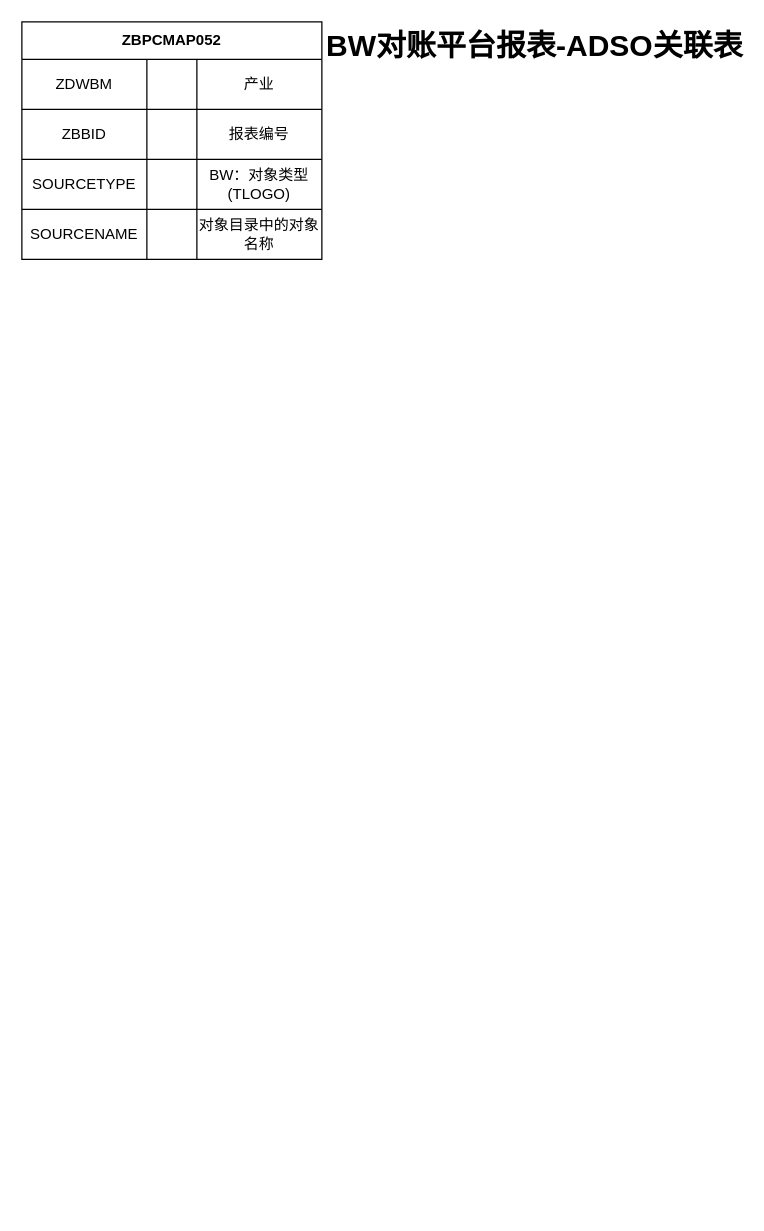
The draw.io diagram zbpc049.drawio in jax-pzh/abap_test, before the edit. Source tidied: cells renumbered, new cells numbered last; positions are measured from the earlier drawing's top-left corner, leaving out a move shared by most shapes. Both pictures are drawn from the tidied source at 125%, with x=0, y=0 at pixel (21, 21).
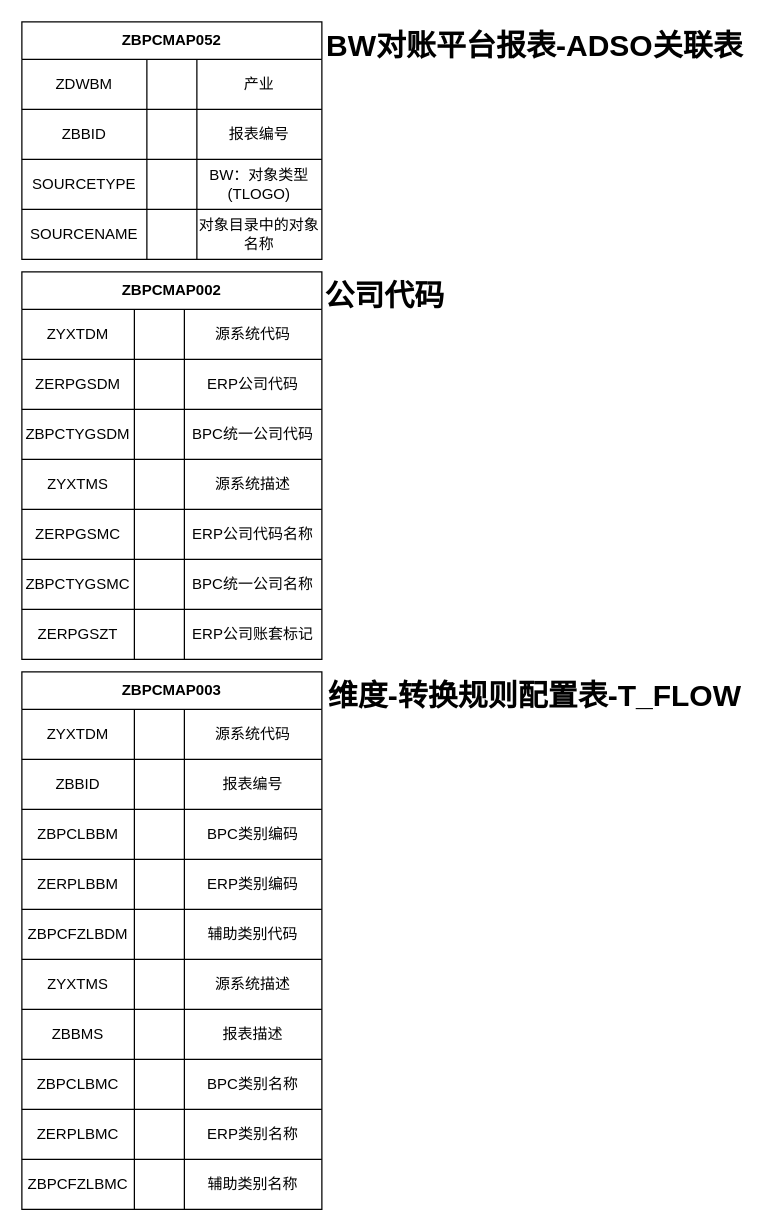
The same diagram, later.

Change to the diagram source:
```diff
@@
+    <mxCell id="20" value="ZBPCMAP002" style="shape=table;html=1;whiteSpace=wrap;startSize=30;childLayout=tableLayout;fontStyle=1;align=center;" parent="1" vertex="1">
+      <mxGeometry y="200" width="240" height="310" as="geometry" />
+    </mxCell>
+    <mxCell id="21" style="shape=partialRectangle;html=1;whiteSpace=wrap;fillColor=none;top=0;left=0;bottom=0;right=0;" parent="20" vertex="1">
+      <mxGeometry y="30" width="240" height="40" as="geometry" />
+    </mxCell>
+    <mxCell id="22" value="ZYXTDM" style="shape=partialRectangle;html=1;whiteSpace=wrap;fillColor=none;top=0;left=0;bottom=0;right=0;overflow=hidden;" parent="21" vertex="1">
+      <mxGeometry width="90" height="40" as="geometry" />
+    </mxCell>
+    <mxCell id="23" style="shape=partialRectangle;html=1;whiteSpace=wrap;fillColor=none;top=0;left=0;bottom=0;right=0;overflow=hidden;" parent="21" vertex="1">
+      <mxGeometry x="90" width="40" height="40" as="geometry" />
+    </mxCell>
+    <mxCell id="24" value="源系统代码" style="shape=partialRectangle;html=1;whiteSpace=wrap;fillColor=none;top=0;left=0;bottom=0;right=0;overflow=hidden;" parent="21" vertex="1">
+      <mxGeometry x="130" width="110" height="40" as="geometry" />
+    </mxCell>
+    <mxCell id="25" style="shape=partialRectangle;html=1;whiteSpace=wrap;fillColor=none;top=0;left=0;bottom=0;right=0;" parent="20" vertex="1">
+      <mxGeometry y="70" width="240" height="40" as="geometry" />
+    </mxCell>
+    <mxCell id="26" value="ZERPGSDM" style="shape=partialRectangle;html=1;whiteSpace=wrap;fillColor=none;top=0;left=0;bottom=0;right=0;overflow=hidden;" parent="25" vertex="1">
+      <mxGeometry width="90" height="40" as="geometry" />
+    </mxCell>
+    <mxCell id="27" style="shape=partialRectangle;html=1;whiteSpace=wrap;fillColor=none;top=0;left=0;bottom=0;right=0;overflow=hidden;" parent="25" vertex="1">
+      <mxGeometry x="90" width="40" height="40" as="geometry" />
+    </mxCell>
+    <mxCell id="28" value="ERP公司代码" style="shape=partialRectangle;html=1;whiteSpace=wrap;fillColor=none;top=0;left=0;bottom=0;right=0;overflow=hidden;" parent="25" vertex="1">
+      <mxGeometry x="130" width="110" height="40" as="geometry" />
+    </mxCell>
+    <mxCell id="29" style="shape=partialRectangle;html=1;whiteSpace=wrap;fillColor=none;top=0;left=0;bottom=0;right=0;" parent="20" vertex="1">
+      <mxGeometry y="110" width="240" height="40" as="geometry" />
+    </mxCell>
+    <mxCell id="30" value="ZBPCTYGSDM" style="shape=partialRectangle;html=1;whiteSpace=wrap;fillColor=none;top=0;left=0;bottom=0;right=0;overflow=hidden;" parent="29" vertex="1">
+      <mxGeometry width="90" height="40" as="geometry" />
+    </mxCell>
+    <mxCell id="31" style="shape=partialRectangle;html=1;whiteSpace=wrap;fillColor=none;top=0;left=0;bottom=0;right=0;overflow=hidden;" parent="29" vertex="1">
+      <mxGeometry x="90" width="40" height="40" as="geometry" />
+    </mxCell>
+    <mxCell id="32" value="BPC统一公司代码" style="shape=partialRectangle;html=1;whiteSpace=wrap;fillColor=none;top=0;left=0;bottom=0;right=0;overflow=hidden;" parent="29" vertex="1">
+      <mxGeometry x="130" width="110" height="40" as="geometry" />
+    </mxCell>
+    <mxCell id="33" style="shape=partialRectangle;html=1;whiteSpace=wrap;fillColor=none;top=0;left=0;bottom=0;right=0;" parent="20" vertex="1">
+      <mxGeometry y="150" width="240" height="40" as="geometry" />
+    </mxCell>
+    <mxCell id="34" value="ZYXTMS" style="shape=partialRectangle;html=1;whiteSpace=wrap;fillColor=none;top=0;left=0;bottom=0;right=0;overflow=hidden;" parent="33" vertex="1">
+      <mxGeometry width="90" height="40" as="geometry" />
+    </mxCell>
+    <mxCell id="35" style="shape=partialRectangle;html=1;whiteSpace=wrap;fillColor=none;top=0;left=0;bottom=0;right=0;overflow=hidden;" parent="33" vertex="1">
+      <mxGeometry x="90" width="40" height="40" as="geometry" />
+    </mxCell>
+    <mxCell id="36" value="源系统描述" style="shape=partialRectangle;html=1;whiteSpace=wrap;fillColor=none;top=0;left=0;bottom=0;right=0;overflow=hidden;" parent="33" vertex="1">
+      <mxGeometry x="130" width="110" height="40" as="geometry" />
+    </mxCell>
+    <mxCell id="37" style="shape=partialRectangle;html=1;whiteSpace=wrap;fillColor=none;top=0;left=0;bottom=0;right=0;" parent="20" vertex="1">
+      <mxGeometry y="190" width="240" height="40" as="geometry" />
+    </mxCell>
+    <mxCell id="38" value="ZERPGSMC" style="shape=partialRectangle;html=1;whiteSpace=wrap;fillColor=none;top=0;left=0;bottom=0;right=0;overflow=hidden;" parent="37" vertex="1">
+      <mxGeometry width="90" height="40" as="geometry" />
+    </mxCell>
+    <mxCell id="39" style="shape=partialRectangle;html=1;whiteSpace=wrap;fillColor=none;top=0;left=0;bottom=0;right=0;overflow=hidden;" parent="37" vertex="1">
+      <mxGeometry x="90" width="40" height="40" as="geometry" />
+    </mxCell>
+    <mxCell id="40" value="ERP公司代码名称" style="shape=partialRectangle;html=1;whiteSpace=wrap;fillColor=none;top=0;left=0;bottom=0;right=0;overflow=hidden;" parent="37" vertex="1">
+      <mxGeometry x="130" width="110" height="40" as="geometry" />
+    </mxCell>
+    <mxCell id="41" style="shape=partialRectangle;html=1;whiteSpace=wrap;fillColor=none;top=0;left=0;bottom=0;right=0;" parent="20" vertex="1">
+      <mxGeometry y="230" width="240" height="40" as="geometry" />
+    </mxCell>
+    <mxCell id="42" value="ZBPCTYGSMC" style="shape=partialRectangle;html=1;whiteSpace=wrap;fillColor=none;top=0;left=0;bottom=0;right=0;overflow=hidden;" parent="41" vertex="1">
+      <mxGeometry width="90" height="40" as="geometry" />
+    </mxCell>
+    <mxCell id="43" style="shape=partialRectangle;html=1;whiteSpace=wrap;fillColor=none;top=0;left=0;bottom=0;right=0;overflow=hidden;" parent="41" vertex="1">
+      <mxGeometry x="90" width="40" height="40" as="geometry" />
+    </mxCell>
+    <mxCell id="44" value="BPC统一公司名称" style="shape=partialRectangle;html=1;whiteSpace=wrap;fillColor=none;top=0;left=0;bottom=0;right=0;overflow=hidden;" parent="41" vertex="1">
+      <mxGeometry x="130" width="110" height="40" as="geometry" />
+    </mxCell>
+    <mxCell id="45" style="shape=partialRectangle;html=1;whiteSpace=wrap;fillColor=none;top=0;left=0;bottom=0;right=0;" parent="20" vertex="1">
+      <mxGeometry y="270" width="240" height="40" as="geometry" />
+    </mxCell>
+    <mxCell id="46" value="ZERPGSZT" style="shape=partialRectangle;html=1;whiteSpace=wrap;fillColor=none;top=0;left=0;bottom=0;right=0;overflow=hidden;" parent="45" vertex="1">
+      <mxGeometry width="90" height="40" as="geometry" />
+    </mxCell>
+    <mxCell id="47" style="shape=partialRectangle;html=1;whiteSpace=wrap;fillColor=none;top=0;left=0;bottom=0;right=0;overflow=hidden;" parent="45" vertex="1">
+      <mxGeometry x="90" width="40" height="40" as="geometry" />
+    </mxCell>
+    <mxCell id="48" value="ERP公司账套标记" style="shape=partialRectangle;html=1;whiteSpace=wrap;fillColor=none;top=0;left=0;bottom=0;right=0;overflow=hidden;" parent="45" vertex="1">
+      <mxGeometry x="130" width="110" height="40" as="geometry" />
+    </mxCell>
+    <mxCell id="49" value="公司代码" style="text;strokeColor=none;fillColor=none;html=1;fontSize=24;fontStyle=1;verticalAlign=middle;align=center;" parent="1" vertex="1">
+      <mxGeometry x="240" y="200" width="100" height="40" as="geometry" />
+    </mxCell>
+    <mxCell id="50" value="ZBPCMAP003" style="shape=table;html=1;whiteSpace=wrap;startSize=30;childLayout=tableLayout;fontStyle=1;align=center;" parent="1" vertex="1">
+      <mxGeometry y="520" width="240" height="430" as="geometry" />
+    </mxCell>
+    <mxCell id="51" style="shape=partialRectangle;html=1;whiteSpace=wrap;fillColor=none;top=0;left=0;bottom=0;right=0;" parent="50" vertex="1">
+      <mxGeometry y="30" width="240" height="40" as="geometry" />
+    </mxCell>
+    <mxCell id="52" value="ZYXTDM" style="shape=partialRectangle;html=1;whiteSpace=wrap;fillColor=none;top=0;left=0;bottom=0;right=0;overflow=hidden;" parent="51" vertex="1">
+      <mxGeometry width="90" height="40" as="geometry" />
+    </mxCell>
+    <mxCell id="53" style="shape=partialRectangle;html=1;whiteSpace=wrap;fillColor=none;top=0;left=0;bottom=0;right=0;overflow=hidden;" parent="51" vertex="1">
+      <mxGeometry x="90" width="40" height="40" as="geometry" />
+    </mxCell>
+    <mxCell id="54" value="源系统代码" style="shape=partialRectangle;html=1;whiteSpace=wrap;fillColor=none;top=0;left=0;bottom=0;right=0;overflow=hidden;" parent="51" vertex="1">
+      <mxGeometry x="130" width="110" height="40" as="geometry" />
+    </mxCell>
+    <mxCell id="55" style="shape=partialRectangle;html=1;whiteSpace=wrap;fillColor=none;top=0;left=0;bottom=0;right=0;" parent="50" vertex="1">
+      <mxGeometry y="70" width="240" height="40" as="geometry" />
+    </mxCell>
+    <mxCell id="56" value="ZBBID" style="shape=partialRectangle;html=1;whiteSpace=wrap;fillColor=none;top=0;left=0;bottom=0;right=0;overflow=hidden;" parent="55" vertex="1">
+      <mxGeometry width="90" height="40" as="geometry" />
+    </mxCell>
+    <mxCell id="57" style="shape=partialRectangle;html=1;whiteSpace=wrap;fillColor=none;top=0;left=0;bottom=0;right=0;overflow=hidden;" parent="55" vertex="1">
+      <mxGeometry x="90" width="40" height="40" as="geometry" />
+    </mxCell>
+    <mxCell id="58" value="报表编号" style="shape=partialRectangle;html=1;whiteSpace=wrap;fillColor=none;top=0;left=0;bottom=0;right=0;overflow=hidden;" parent="55" vertex="1">
+      <mxGeometry x="130" width="110" height="40" as="geometry" />
+    </mxCell>
+    <mxCell id="59" style="shape=partialRectangle;html=1;whiteSpace=wrap;fillColor=none;top=0;left=0;bottom=0;right=0;" parent="50" vertex="1">
+      <mxGeometry y="110" width="240" height="40" as="geometry" />
+    </mxCell>
+    <mxCell id="60" value="ZBPCLBBM" style="shape=partialRectangle;html=1;whiteSpace=wrap;fillColor=none;top=0;left=0;bottom=0;right=0;overflow=hidden;" parent="59" vertex="1">
+      <mxGeometry width="90" height="40" as="geometry" />
+    </mxCell>
+    <mxCell id="61" style="shape=partialRectangle;html=1;whiteSpace=wrap;fillColor=none;top=0;left=0;bottom=0;right=0;overflow=hidden;" parent="59" vertex="1">
+      <mxGeometry x="90" width="40" height="40" as="geometry" />
+    </mxCell>
+    <mxCell id="62" value="BPC类别编码" style="shape=partialRectangle;html=1;whiteSpace=wrap;fillColor=none;top=0;left=0;bottom=0;right=0;overflow=hidden;" parent="59" vertex="1">
+      <mxGeometry x="130" width="110" height="40" as="geometry" />
+    </mxCell>
+    <mxCell id="63" style="shape=partialRectangle;html=1;whiteSpace=wrap;fillColor=none;top=0;left=0;bottom=0;right=0;" parent="50" vertex="1">
+      <mxGeometry y="150" width="240" height="40" as="geometry" />
+    </mxCell>
+    <mxCell id="64" value="ZERPLBBM" style="shape=partialRectangle;html=1;whiteSpace=wrap;fillColor=none;top=0;left=0;bottom=0;right=0;overflow=hidden;" parent="63" vertex="1">
+      <mxGeometry width="90" height="40" as="geometry" />
+    </mxCell>
+    <mxCell id="65" style="shape=partialRectangle;html=1;whiteSpace=wrap;fillColor=none;top=0;left=0;bottom=0;right=0;overflow=hidden;" parent="63" vertex="1">
+      <mxGeometry x="90" width="40" height="40" as="geometry" />
+    </mxCell>
+    <mxCell id="66" value="ERP类别编码" style="shape=partialRectangle;html=1;whiteSpace=wrap;fillColor=none;top=0;left=0;bottom=0;right=0;overflow=hidden;" parent="63" vertex="1">
+      <mxGeometry x="130" width="110" height="40" as="geometry" />
+    </mxCell>
+    <mxCell id="67" style="shape=partialRectangle;html=1;whiteSpace=wrap;fillColor=none;top=0;left=0;bottom=0;right=0;" parent="50" vertex="1">
+      <mxGeometry y="190" width="240" height="40" as="geometry" />
+    </mxCell>
+    <mxCell id="68" value="ZBPCFZLBDM" style="shape=partialRectangle;html=1;whiteSpace=wrap;fillColor=none;top=0;left=0;bottom=0;right=0;overflow=hidden;" parent="67" vertex="1">
+      <mxGeometry width="90" height="40" as="geometry" />
+    </mxCell>
+    <mxCell id="69" style="shape=partialRectangle;html=1;whiteSpace=wrap;fillColor=none;top=0;left=0;bottom=0;right=0;overflow=hidden;" parent="67" vertex="1">
+      <mxGeometry x="90" width="40" height="40" as="geometry" />
+    </mxCell>
+    <mxCell id="70" value="辅助类别代码" style="shape=partialRectangle;html=1;whiteSpace=wrap;fillColor=none;top=0;left=0;bottom=0;right=0;overflow=hidden;" parent="67" vertex="1">
+      <mxGeometry x="130" width="110" height="40" as="geometry" />
+    </mxCell>
+    <mxCell id="71" style="shape=partialRectangle;html=1;whiteSpace=wrap;fillColor=none;top=0;left=0;bottom=0;right=0;" parent="50" vertex="1">
+      <mxGeometry y="230" width="240" height="40" as="geometry" />
+    </mxCell>
+    <mxCell id="72" value="ZYXTMS" style="shape=partialRectangle;html=1;whiteSpace=wrap;fillColor=none;top=0;left=0;bottom=0;right=0;overflow=hidden;" parent="71" vertex="1">
+      <mxGeometry width="90" height="40" as="geometry" />
+    </mxCell>
+    <mxCell id="73" style="shape=partialRectangle;html=1;whiteSpace=wrap;fillColor=none;top=0;left=0;bottom=0;right=0;overflow=hidden;" parent="71" vertex="1">
+      <mxGeometry x="90" width="40" height="40" as="geometry" />
+    </mxCell>
+    <mxCell id="74" value="源系统描述" style="shape=partialRectangle;html=1;whiteSpace=wrap;fillColor=none;top=0;left=0;bottom=0;right=0;overflow=hidden;" parent="71" vertex="1">
+      <mxGeometry x="130" width="110" height="40" as="geometry" />
+    </mxCell>
+    <mxCell id="75" style="shape=partialRectangle;html=1;whiteSpace=wrap;fillColor=none;top=0;left=0;bottom=0;right=0;" parent="50" vertex="1">
+      <mxGeometry y="270" width="240" height="40" as="geometry" />
+    </mxCell>
+    <mxCell id="76" value="ZBBMS" style="shape=partialRectangle;html=1;whiteSpace=wrap;fillColor=none;top=0;left=0;bottom=0;right=0;overflow=hidden;" parent="75" vertex="1">
+      <mxGeometry width="90" height="40" as="geometry" />
+    </mxCell>
+    <mxCell id="77" style="shape=partialRectangle;html=1;whiteSpace=wrap;fillColor=none;top=0;left=0;bottom=0;right=0;overflow=hidden;" parent="75" vertex="1">
+      <mxGeometry x="90" width="40" height="40" as="geometry" />
+    </mxCell>
+    <mxCell id="78" value="报表描述" style="shape=partialRectangle;html=1;whiteSpace=wrap;fillColor=none;top=0;left=0;bottom=0;right=0;overflow=hidden;" parent="75" vertex="1">
+      <mxGeometry x="130" width="110" height="40" as="geometry" />
+    </mxCell>
+    <mxCell id="79" style="shape=partialRectangle;html=1;whiteSpace=wrap;fillColor=none;top=0;left=0;bottom=0;right=0;" parent="50" vertex="1">
+      <mxGeometry y="310" width="240" height="40" as="geometry" />
+    </mxCell>
+    <mxCell id="80" value="ZBPCLBMC" style="shape=partialRectangle;html=1;whiteSpace=wrap;fillColor=none;top=0;left=0;bottom=0;right=0;overflow=hidden;" parent="79" vertex="1">
+      <mxGeometry width="90" height="40" as="geometry" />
+    </mxCell>
+    <mxCell id="81" style="shape=partialRectangle;html=1;whiteSpace=wrap;fillColor=none;top=0;left=0;bottom=0;right=0;overflow=hidden;" parent="79" vertex="1">
+      <mxGeometry x="90" width="40" height="40" as="geometry" />
+    </mxCell>
+    <mxCell id="82" value="BPC类别名称" style="shape=partialRectangle;html=1;whiteSpace=wrap;fillColor=none;top=0;left=0;bottom=0;right=0;overflow=hidden;" parent="79" vertex="1">
+      <mxGeometry x="130" width="110" height="40" as="geometry" />
+    </mxCell>
+    <mxCell id="83" style="shape=partialRectangle;html=1;whiteSpace=wrap;fillColor=none;top=0;left=0;bottom=0;right=0;" parent="50" vertex="1">
+      <mxGeometry y="350" width="240" height="40" as="geometry" />
+    </mxCell>
+    <mxCell id="84" value="ZERPLBMC" style="shape=partialRectangle;html=1;whiteSpace=wrap;fillColor=none;top=0;left=0;bottom=0;right=0;overflow=hidden;" parent="83" vertex="1">
+      <mxGeometry width="90" height="40" as="geometry" />
+    </mxCell>
+    <mxCell id="85" style="shape=partialRectangle;html=1;whiteSpace=wrap;fillColor=none;top=0;left=0;bottom=0;right=0;overflow=hidden;" parent="83" vertex="1">
+      <mxGeometry x="90" width="40" height="40" as="geometry" />
+    </mxCell>
+    <mxCell id="86" value="ERP类别名称" style="shape=partialRectangle;html=1;whiteSpace=wrap;fillColor=none;top=0;left=0;bottom=0;right=0;overflow=hidden;" parent="83" vertex="1">
+      <mxGeometry x="130" width="110" height="40" as="geometry" />
+    </mxCell>
+    <mxCell id="87" style="shape=partialRectangle;html=1;whiteSpace=wrap;fillColor=none;top=0;left=0;bottom=0;right=0;" parent="50" vertex="1">
+      <mxGeometry y="390" width="240" height="40" as="geometry" />
+    </mxCell>
+    <mxCell id="88" value="ZBPCFZLBMC" style="shape=partialRectangle;html=1;whiteSpace=wrap;fillColor=none;top=0;left=0;bottom=0;right=0;overflow=hidden;" parent="87" vertex="1">
+      <mxGeometry width="90" height="40" as="geometry" />
+    </mxCell>
+    <mxCell id="89" style="shape=partialRectangle;html=1;whiteSpace=wrap;fillColor=none;top=0;left=0;bottom=0;right=0;overflow=hidden;" parent="87" vertex="1">
+      <mxGeometry x="90" width="40" height="40" as="geometry" />
+    </mxCell>
+    <mxCell id="90" value="辅助类别名称" style="shape=partialRectangle;html=1;whiteSpace=wrap;fillColor=none;top=0;left=0;bottom=0;right=0;overflow=hidden;" parent="87" vertex="1">
+      <mxGeometry x="130" width="110" height="40" as="geometry" />
+    </mxCell>
+    <mxCell id="91" value="维度-转换规则配置表-T_FLOW" style="text;strokeColor=none;fillColor=none;html=1;fontSize=24;fontStyle=1;verticalAlign=middle;align=center;" parent="1" vertex="1">
+      <mxGeometry x="360" y="520" width="100" height="40" as="geometry" />
+    </mxCell>
```
